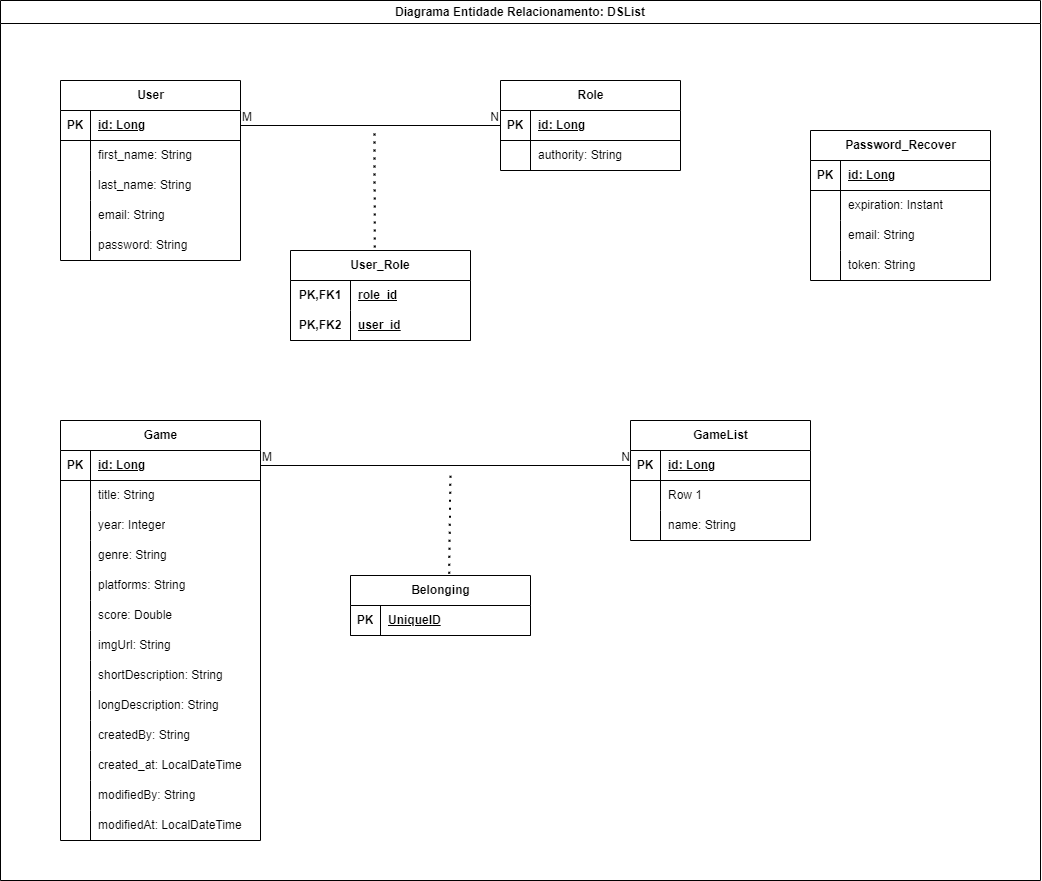
This is src/main/resources/assets/dslist-model.png from fabioallima/list, a draw.io export, as it was before one commit. Source tidied: cells renumbered, new cells last; positions are measured from the earlier drawing's top-left corner, leaving out a move shared by most shapes.
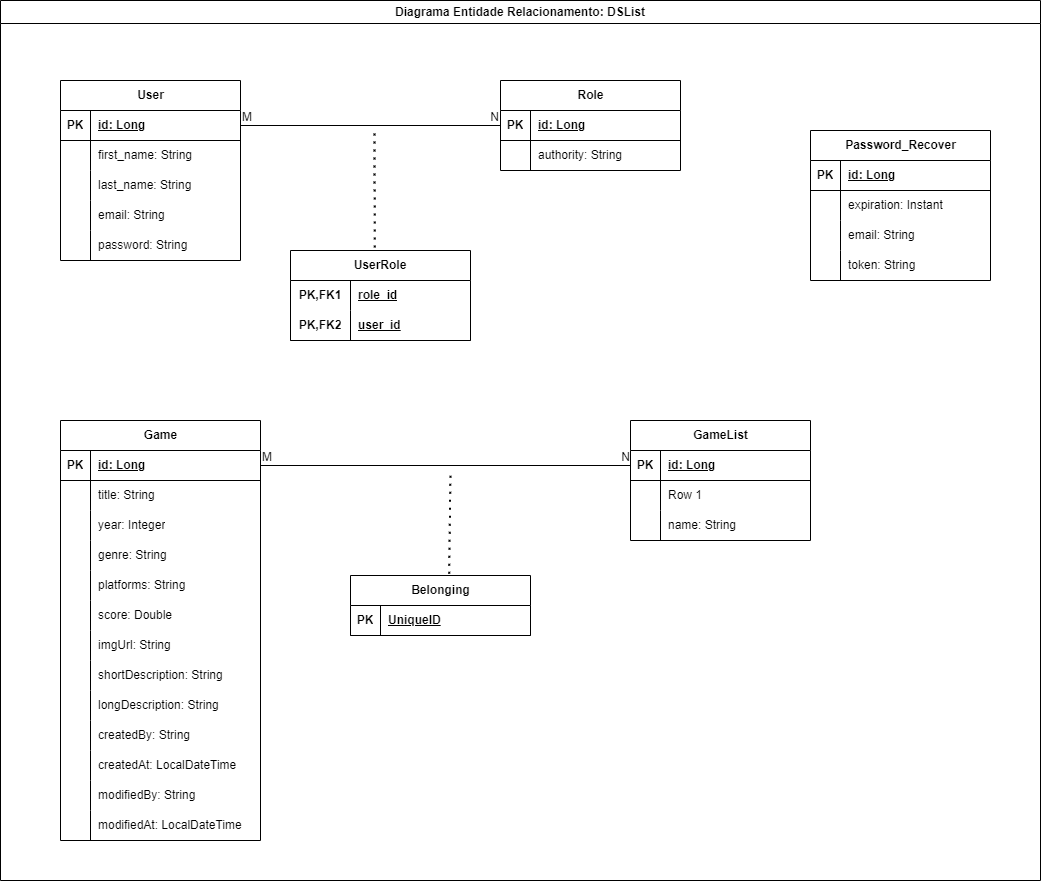
The same diagram one commit later.

Change to the diagram source:
```diff
@@ -101,7 +101,7 @@
     <mxCell id="34" style="shape=partialRectangle;fillColor=none;top=0;left=0;bottom=0;right=0;overflow=hidden;whiteSpace=wrap;html=1;" parent="33" vertex="1">
       <mxGeometry width="30" height="30" as="geometry" />
     </mxCell>
-    <mxCell id="35" value="created_at: LocalDateTime" style="shape=partialRectangle;fillColor=none;top=0;left=0;bottom=0;right=0;align=left;spacingLeft=6;overflow=hidden;whiteSpace=wrap;html=1;" parent="33" vertex="1">
+    <mxCell id="35" value="createdAt: LocalDateTime" style="shape=partialRectangle;fillColor=none;top=0;left=0;bottom=0;right=0;align=left;spacingLeft=6;overflow=hidden;whiteSpace=wrap;html=1;" parent="33" vertex="1">
       <mxGeometry x="30" width="170" height="30" as="geometry" />
     </mxCell>
     <mxCell id="36" style="shape=tableRow;horizontal=0;startSize=0;swimlaneHead=0;swimlaneBody=0;fillColor=none;top=0;left=0;right=0;bottom=0;" parent="2" vertex="1">
@@ -247,7 +247,7 @@
     <mxCell id="82" value="authority: String" style="shape=partialRectangle;fillColor=none;top=0;left=0;bottom=0;right=0;align=left;spacingLeft=6;overflow=hidden;whiteSpace=wrap;html=1;" parent="80" vertex="1">
       <mxGeometry x="30" width="150" height="30" as="geometry" />
     </mxCell>
-    <mxCell id="83" value="User_Role" style="shape=table;startSize=30;rowLines=0;fontStyle=1;align=center;html=1;whiteSpace=wrap;" parent="1" vertex="1">
+    <mxCell id="83" value="UserRole" style="shape=table;startSize=30;rowLines=0;fontStyle=1;align=center;html=1;whiteSpace=wrap;" parent="1" vertex="1">
       <mxGeometry x="290" y="250" width="180" height="90" as="geometry" />
     </mxCell>
     <mxCell id="84" style="shape=tableRow;horizontal=0;startSize=0;swimlaneHead=0;swimlaneBody=0;fillColor=none;top=0;left=0;right=0;bottom=0;html=1;" parent="83" vertex="1">
```
